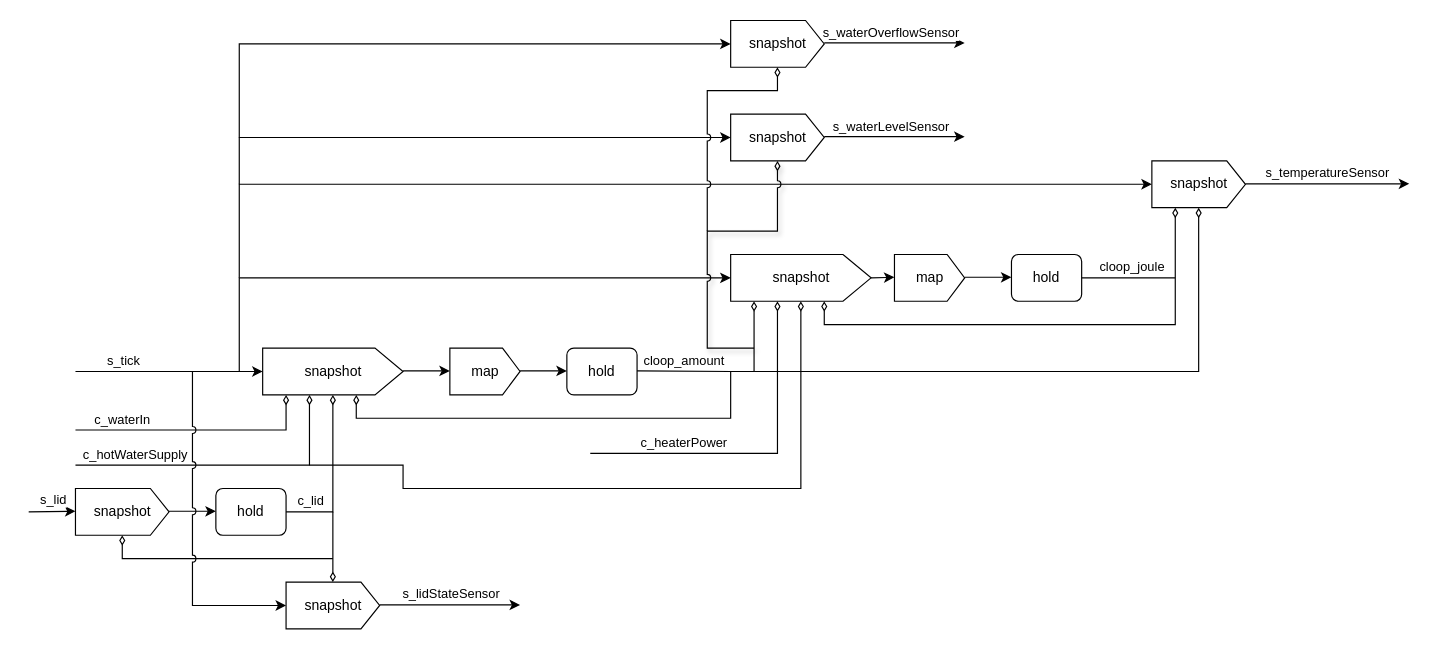
Above: images/simulator.drawio in suzuki-taro-unofficial/frpot (draw.io), before the change. Source tidied: cells renumbered, new cells numbered last; positions are measured from the earlier drawing's top-left corner, leaving out a move shared by most shapes. Both pictures are drawn from the tidied source at 117%, with x=0, y=0 at pixel (28, 20).
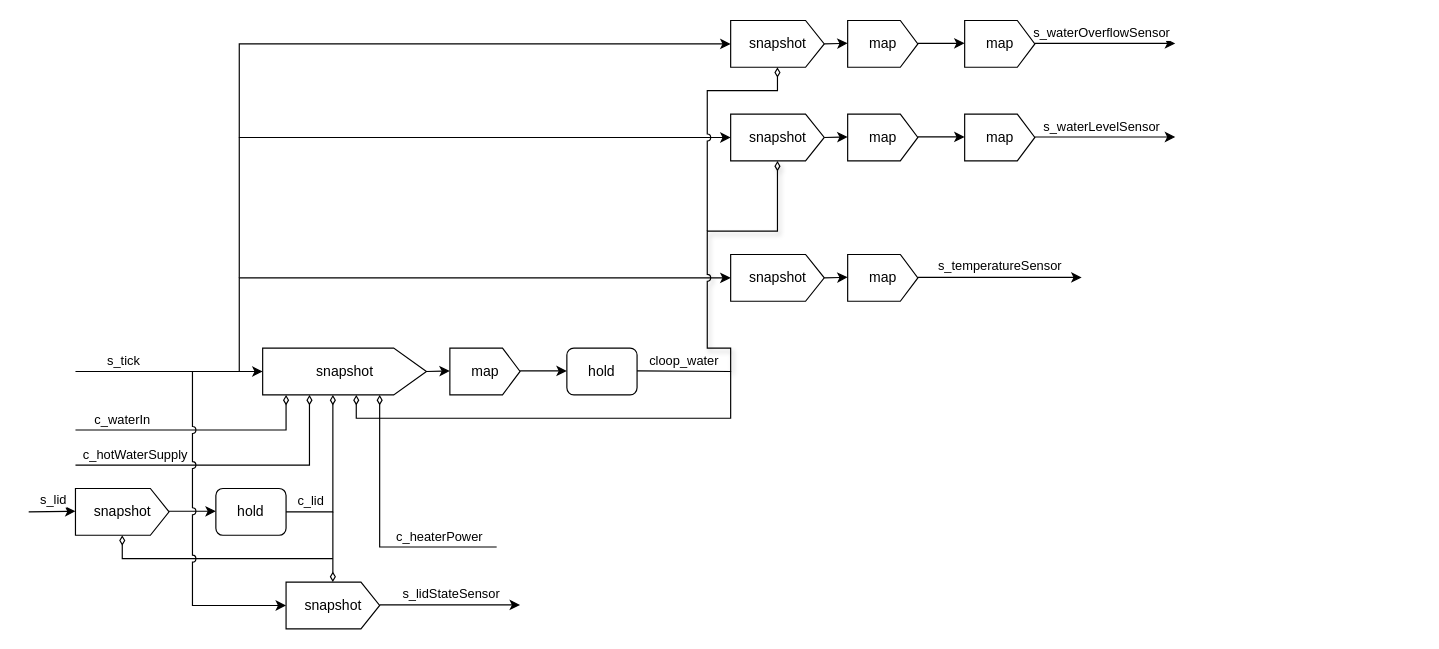
Above is the later version.

Unchanged cells that the change refers to:
```xml
<mxCell id="23" style="endArrow=diamondThin;html=1;rounded=0;endFill=0;" parent="1" edge="1">
  <mxGeometry relative="1" as="geometry">
    <mxPoint x="520" y="299.5" as="sourcePoint" />
    <mxPoint x="280" y="320" as="targetPoint" />
    <Array as="points">
      <mxPoint x="600" y="300" />
      <mxPoint x="600" y="340" />
      <mxPoint x="280" y="340" />
    </Array>
  </mxGeometry>
</mxCell>
```

The edit, as a diff of the source:
```diff
@@
-    <mxCell id="8" style="endArrow=diamondThin;html=1;rounded=0;endFill=0;" parent="1" edge="1">
+    <mxCell id="8" style="endArrow=diamondThin;html=1;rounded=0;endFill=0;jumpStyle=arc;" parent="1" edge="1">
       <mxGeometry relative="1" as="geometry">
-        <mxPoint x="480" y="370" as="sourcePoint" />
-        <mxPoint x="640" y="240" as="targetPoint" />
+        <mxPoint x="400" y="450" as="sourcePoint" />
+        <mxPoint x="300" y="320" as="targetPoint" />
         <Array as="points">
-          <mxPoint x="640" y="370" />
+          <mxPoint x="300" y="450" />
         </Array>
       </mxGeometry>
     </mxCell>
     <mxCell id="9" value="c_heaterPower" style="edgeLabel;html=1;align=center;verticalAlign=middle;" parent="8" vertex="1">
       <mxGeometry x="-0.19" y="3" relative="1" as="geometry">
-        <mxPoint x="-38" y="-7" as="offset" />
+        <mxPoint x="43" y="-13" as="offset" />
       </mxGeometry>
     </mxCell>
@@
     <mxCell id="18" value="snapshot" style="verticalLabelPosition=middle;verticalAlign=middle;html=1;shape=offPageConnector;rounded=0;size=0.2;direction=north;labelPosition=center;align=center;" parent="1" vertex="1">
-      <mxGeometry x="200" y="280" width="120" height="40" as="geometry" />
+      <mxGeometry x="200" y="280" width="140" height="40" as="geometry" />
     </mxCell>
     <mxCell id="19" style="endArrow=classic;html=1;rounded=0;" parent="1" edge="1">
       <mxGeometry relative="1" as="geometry">
-        <mxPoint x="320" y="299.5" as="sourcePoint" />
+        <mxPoint x="340" y="300" as="sourcePoint" />
         <mxPoint x="360" y="299.5" as="targetPoint" />
       </mxGeometry>
     </mxCell>
@@
-    <mxCell id="24" value="cloop_amount" style="edgeLabel;html=1;align=center;verticalAlign=middle;" parent="23" vertex="1">
+    <mxCell id="24" value="cloop_water" style="edgeLabel;html=1;align=center;verticalAlign=middle;" parent="23" vertex="1">
       <mxGeometry x="0.06" y="3" relative="1" as="geometry">
         <mxPoint x="83" y="-53" as="offset" />
       </mxGeometry>
     </mxCell>
@@
-    <mxCell id="26" value="snapshot" style="verticalLabelPosition=middle;verticalAlign=middle;html=1;shape=offPageConnector;rounded=0;size=0.2;direction=north;labelPosition=center;align=center;" parent="1" vertex="1">
-      <mxGeometry x="600" y="200" width="120" height="40" as="geometry" />
-    </mxCell>
@@
-    <mxCell id="28" style="endArrow=diamondThin;html=1;rounded=0;endFill=0;" parent="1" edge="1">
-      <mxGeometry relative="1" as="geometry">
-        <mxPoint x="600" y="300" as="sourcePoint" />
-        <mxPoint x="620" y="240" as="targetPoint" />
-        <Array as="points">
-          <mxPoint x="620" y="300" />
-        </Array>
-      </mxGeometry>
-    </mxCell>
-    <mxCell id="29" style="endArrow=classic;html=1;rounded=0;" parent="1" edge="1">
-      <mxGeometry relative="1" as="geometry">
-        <mxPoint x="720" y="220" as="sourcePoint" />
-        <mxPoint x="740" y="219.5" as="targetPoint" />
-      </mxGeometry>
-    </mxCell>
-    <mxCell id="30" value="map" style="verticalLabelPosition=middle;verticalAlign=middle;html=1;shape=offPageConnector;rounded=0;size=0.25;direction=north;labelPosition=center;align=center;" parent="1" vertex="1">
-      <mxGeometry x="740" y="200" width="60" height="40" as="geometry" />
-    </mxCell>
-    <mxCell id="31" value="hold" style="rounded=1;whiteSpace=wrap;html=1;" parent="1" vertex="1">
-      <mxGeometry x="840" y="200" width="60" height="40" as="geometry" />
-    </mxCell>
-    <mxCell id="32" style="endArrow=classic;html=1;rounded=0;" parent="1" edge="1">
-      <mxGeometry relative="1" as="geometry">
-        <mxPoint x="800" y="219.5" as="sourcePoint" />
-        <mxPoint x="840" y="219.5" as="targetPoint" />
-      </mxGeometry>
-    </mxCell>
-    <mxCell id="33" style="endArrow=diamondThin;html=1;rounded=0;endFill=0;" parent="1" edge="1">
-      <mxGeometry relative="1" as="geometry">
-        <mxPoint x="900" y="220" as="sourcePoint" />
-        <mxPoint x="680" y="240" as="targetPoint" />
-        <Array as="points">
-          <mxPoint x="980" y="220" />
-          <mxPoint x="980" y="260" />
-          <mxPoint x="680" y="260" />
-        </Array>
-      </mxGeometry>
-    </mxCell>
-    <mxCell id="34" value="cloop_joule" style="edgeLabel;html=1;align=center;verticalAlign=middle;" parent="33" vertex="1">
-      <mxGeometry x="-0.89" y="-2" relative="1" as="geometry">
-        <mxPoint x="18" y="-12" as="offset" />
-      </mxGeometry>
-    </mxCell>
     <mxCell id="35" value="snapshot" style="verticalLabelPosition=middle;verticalAlign=middle;html=1;shape=offPageConnector;rounded=0;size=0.2;direction=north;labelPosition=center;align=center;" parent="1" vertex="1">
-      <mxGeometry x="960" y="120" width="80" height="40" as="geometry" />
+      <mxGeometry x="600" y="200" width="80" height="40" as="geometry" />
     </mxCell>
-    <mxCell id="36" style="endArrow=diamondThin;html=1;rounded=0;endFill=0;" parent="1" edge="1">
-      <mxGeometry relative="1" as="geometry">
-        <mxPoint x="980" y="220" as="sourcePoint" />
-        <mxPoint x="980" y="160" as="targetPoint" />
-        <Array as="points">
-          <mxPoint x="980" y="220" />
-        </Array>
-      </mxGeometry>
-    </mxCell>
-    <mxCell id="37" style="endArrow=classic;html=1;rounded=0;" parent="1" edge="1">
-      <mxGeometry relative="1" as="geometry">
-        <mxPoint x="180" y="220" as="sourcePoint" />
-        <mxPoint x="960" y="140" as="targetPoint" />
-        <Array as="points">
-          <mxPoint x="180" y="140" />
-        </Array>
-      </mxGeometry>
-    </mxCell>
     <mxCell id="38" style="endArrow=classic;html=1;rounded=0;" parent="1" edge="1">
       <mxGeometry relative="1" as="geometry">
-        <mxPoint x="1040" y="139.6" as="sourcePoint" />
-        <mxPoint x="1180" y="139.6" as="targetPoint" />
+        <mxPoint x="760" y="219.6" as="sourcePoint" />
+        <mxPoint x="900" y="219.6" as="targetPoint" />
       </mxGeometry>
     </mxCell>
@@
     <mxCell id="41" style="endArrow=diamondThin;html=1;rounded=0;endFill=0;shadow=1;jumpStyle=arc;" parent="1" edge="1">
       <mxGeometry relative="1" as="geometry">
-        <mxPoint x="620" y="280" as="sourcePoint" />
+        <mxPoint x="600" y="300" as="sourcePoint" />
         <mxPoint x="640" y="120" as="targetPoint" />
         <Array as="points">
+          <mxPoint x="600" y="280" />
           <mxPoint x="580" y="280" />
           <mxPoint x="580" y="180" />
           <mxPoint x="640" y="180" />
         </Array>
       </mxGeometry>
     </mxCell>
     <mxCell id="42" style="endArrow=classic;html=1;rounded=0;" parent="1" edge="1">
       <mxGeometry relative="1" as="geometry">
-        <mxPoint x="180" y="140" as="sourcePoint" />
+        <mxPoint x="180" y="220" as="sourcePoint" />
         <mxPoint x="600" y="100" as="targetPoint" />
         <Array as="points">
           <mxPoint x="180" y="100" />
         </Array>
       </mxGeometry>
     </mxCell>
     <mxCell id="43" style="endArrow=classic;html=1;rounded=0;" parent="1" edge="1">
       <mxGeometry relative="1" as="geometry">
-        <mxPoint x="680" y="99.3" as="sourcePoint" />
-        <mxPoint x="800" y="99.3" as="targetPoint" />
+        <mxPoint x="860" y="99.6" as="sourcePoint" />
+        <mxPoint x="980" y="99.6" as="targetPoint" />
       </mxGeometry>
     </mxCell>
@@
     <mxCell id="48" style="endArrow=classic;html=1;rounded=0;" parent="1" edge="1">
       <mxGeometry relative="1" as="geometry">
-        <mxPoint x="680" y="19.2" as="sourcePoint" />
-        <mxPoint x="800" y="19.2" as="targetPoint" />
+        <mxPoint x="860" y="19.6" as="sourcePoint" />
+        <mxPoint x="980" y="19.6" as="targetPoint" />
       </mxGeometry>
     </mxCell>
@@
-    <mxCell id="56" style="endArrow=diamondThin;html=1;rounded=0;endFill=0;" parent="1" edge="1">
-      <mxGeometry relative="1" as="geometry">
-        <mxPoint x="240" y="380" as="sourcePoint" />
-        <mxPoint x="660" y="240" as="targetPoint" />
-        <Array as="points">
-          <mxPoint x="320" y="380" />
-          <mxPoint x="320" y="400" />
-          <mxPoint x="660" y="400" />
-        </Array>
-      </mxGeometry>
-    </mxCell>
-    <mxCell id="57" style="endArrow=diamondThin;html=1;rounded=0;endFill=0;" parent="1" edge="1">
-      <mxGeometry relative="1" as="geometry">
-        <mxPoint x="620" y="300" as="sourcePoint" />
-        <mxPoint x="1000" y="160" as="targetPoint" />
-        <Array as="points">
-          <mxPoint x="1000" y="300" />
-        </Array>
-      </mxGeometry>
-    </mxCell>
+    <mxCell id="58" style="endArrow=classic;html=1;rounded=0;" parent="1" edge="1">
+      <mxGeometry relative="1" as="geometry">
+        <mxPoint x="680" y="220" as="sourcePoint" />
+        <mxPoint x="700" y="219.5" as="targetPoint" />
+      </mxGeometry>
+    </mxCell>
+    <mxCell id="59" value="map" style="verticalLabelPosition=middle;verticalAlign=middle;html=1;shape=offPageConnector;rounded=0;size=0.25;direction=north;labelPosition=center;align=center;" parent="1" vertex="1">
+      <mxGeometry x="700" y="200" width="60" height="40" as="geometry" />
+    </mxCell>
+    <mxCell id="60" style="endArrow=classic;html=1;rounded=0;" parent="1" edge="1">
+      <mxGeometry relative="1" as="geometry">
+        <mxPoint x="680" y="100" as="sourcePoint" />
+        <mxPoint x="700" y="99.5" as="targetPoint" />
+      </mxGeometry>
+    </mxCell>
+    <mxCell id="61" value="map" style="verticalLabelPosition=middle;verticalAlign=middle;html=1;shape=offPageConnector;rounded=0;size=0.25;direction=north;labelPosition=center;align=center;" parent="1" vertex="1">
+      <mxGeometry x="700" y="80" width="60" height="40" as="geometry" />
+    </mxCell>
+    <mxCell id="62" style="endArrow=classic;html=1;rounded=0;" parent="1" edge="1">
+      <mxGeometry relative="1" as="geometry">
+        <mxPoint x="760" y="99.5" as="sourcePoint" />
+        <mxPoint x="800" y="99.5" as="targetPoint" />
+      </mxGeometry>
+    </mxCell>
+    <mxCell id="63" value="map" style="verticalLabelPosition=middle;verticalAlign=middle;html=1;shape=offPageConnector;rounded=0;size=0.25;direction=north;labelPosition=center;align=center;" parent="1" vertex="1">
+      <mxGeometry x="800" y="80" width="60" height="40" as="geometry" />
+    </mxCell>
+    <mxCell id="64" style="endArrow=classic;html=1;rounded=0;" parent="1" edge="1">
+      <mxGeometry relative="1" as="geometry">
+        <mxPoint x="680" y="20" as="sourcePoint" />
+        <mxPoint x="700" y="19.5" as="targetPoint" />
+      </mxGeometry>
+    </mxCell>
+    <mxCell id="65" value="map" style="verticalLabelPosition=middle;verticalAlign=middle;html=1;shape=offPageConnector;rounded=0;size=0.25;direction=north;labelPosition=center;align=center;" parent="1" vertex="1">
+      <mxGeometry x="700" width="60" height="40" as="geometry" />
+    </mxCell>
+    <mxCell id="66" style="endArrow=classic;html=1;rounded=0;" parent="1" edge="1">
+      <mxGeometry relative="1" as="geometry">
+        <mxPoint x="760" y="19.5" as="sourcePoint" />
+        <mxPoint x="800" y="19.5" as="targetPoint" />
+      </mxGeometry>
+    </mxCell>
+    <mxCell id="67" value="map" style="verticalLabelPosition=middle;verticalAlign=middle;html=1;shape=offPageConnector;rounded=0;size=0.25;direction=north;labelPosition=center;align=center;" parent="1" vertex="1">
+      <mxGeometry x="800" width="60" height="40" as="geometry" />
+    </mxCell>
```
